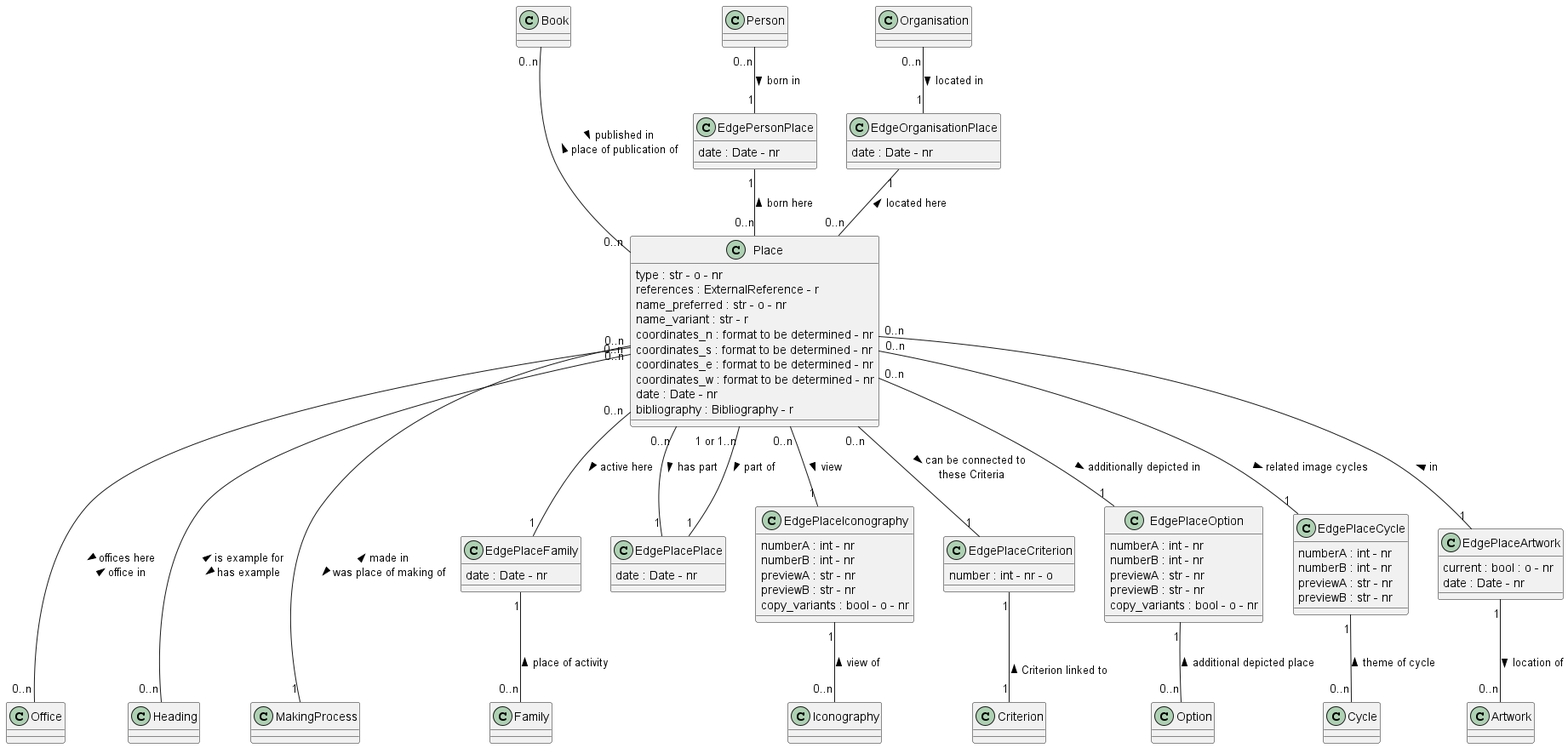
Before: documentation/class_diagrams/Place.png, a diagram exported from PlantUML (tmasch/bpf_be).
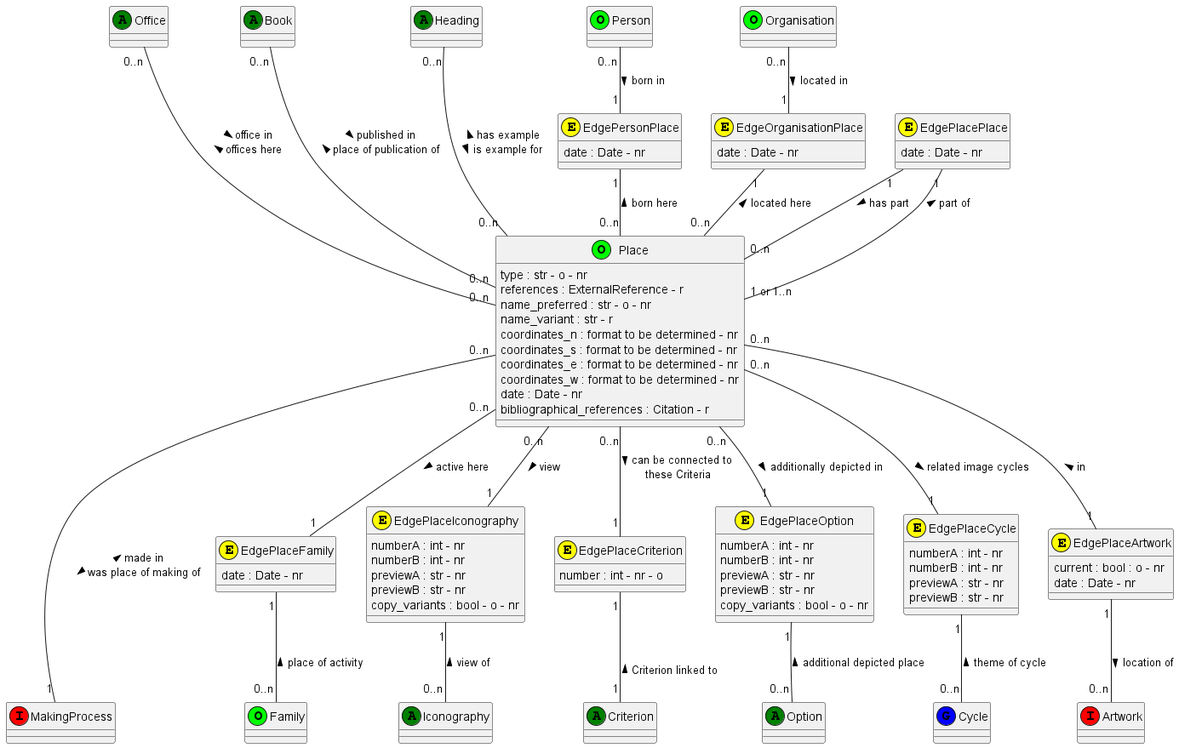
The same diagram one commit later.

The edit, as a diff of the source:
```diff
@@ -1,6 +1,6 @@
 @startuml Place
 
-class Place
+class Place <<(O,lime)>>
 Place : type : str - o - nr
 Place : references : ExternalReference - r
 Place : name_preferred : str - o - nr
@@ -10,71 +10,71 @@
 Place : coordinates_e : format to be determined - nr
 Place : coordinates_w : format to be determined - nr
 Place : date : Date - nr
-Place : bibliography : Bibliography - r
+Place : bibliographical_references : Citation - r
 
 
-class Person
+class Person <<(O,lime)>>
 
-class Family
+class Family <<(O,lime)>>
 
-class Office
+class Office <<(A,green)>>
 
-class Organisation
+class Organisation <<(O,lime)>>
 
-class Place
+class Place <<(O,lime)>>
 
-class Iconography
+class Iconography <<(A,green)>>
 
-class Option
+class Option <<(A,green)>>
 
-class Criterion
+class Criterion <<(A,green)>>
 
-class Cycle
+class Cycle <<(G,blue)>>
 
-class Book
+class Book <<(A,green)>>
 
-class Heading
+class Heading <<(A,green)>>
 
-class MakingProcess
+class MakingProcess <<(I,red)>>
 
-class Artwork
+class Artwork <<(I,red)>>
 
-class EdgePersonPlace
+class EdgePersonPlace <<(E,yellow)>>
 EdgePersonPlace : date : Date - nr
 
-class EdgePlaceFamily
+class EdgePlaceFamily <<(E,yellow)>>
 EdgePlaceFamily : date : Date - nr
 
-class EdgeOrganisationPlace
+class EdgeOrganisationPlace <<(E,yellow)>>
 EdgeOrganisationPlace : date : Date - nr
 
-class EdgePlacePlace
+class EdgePlacePlace <<(E,yellow)>>
 EdgePlacePlace : date : Date - nr
 
-class EdgePlaceIconography
+class EdgePlaceIconography <<(E,yellow)>>
 EdgePlaceIconography : numberA : int - nr
 EdgePlaceIconography : numberB : int - nr
 EdgePlaceIconography : previewA : str - nr
 EdgePlaceIconography : previewB : str - nr
 EdgePlaceIconography : copy_variants : bool - o - nr
 
-class EdgePlaceCriterion
+class EdgePlaceCriterion <<(E,yellow)>>
 EdgePlaceCriterion : number : int - nr - o
 
-class EdgePlaceOption
+class EdgePlaceOption <<(E,yellow)>>
 EdgePlaceOption : numberA : int - nr
 EdgePlaceOption : numberB : int - nr
 EdgePlaceOption : previewA : str - nr
 EdgePlaceOption : previewB : str - nr
 EdgePlaceOption : copy_variants : bool - o - nr
 
-class EdgePlaceCycle
+class EdgePlaceCycle <<(E,yellow)>>
 EdgePlaceCycle : numberA : int - nr
 EdgePlaceCycle : numberB : int - nr
 EdgePlaceCycle : previewA : str - nr
 EdgePlaceCycle : previewB : str - nr
 
-class EdgePlaceArtwork
+class EdgePlaceArtwork <<(E,yellow)>>
 EdgePlaceArtwork : current : bool : o - nr
 EdgePlaceArtwork : date : Date - nr
 
@@ -84,12 +84,12 @@
 Place "0..n" -- "1" EdgePlaceFamily: active here >
 EdgePlaceFamily "1" -- "0..n" Family : place of activity <
 
-Place "0..n" --- "0..n" Office : > offices here \n office in <
+Office "0..n" --- "0..n" Place : > office in \n offices here <
 
 Organisation "0..n" -- "1" EdgeOrganisationPlace : located in >
 EdgeOrganisationPlace "1" -- "0..n" Place : located here <
 
-Place "0..n" -- "1" EdgePlacePlace : has part >
+EdgePlacePlace "1" -- "0..n" Place : has part >
 EdgePlacePlace "1" -- "1 or 1..n" Place : part of <
 
 Place "0..n" -- "1" EdgePlaceIconography : view >
@@ -107,7 +107,7 @@
 
 Book "0..n" --- "0..n" Place : > published in  \n place of publication of <
 
-Place "0..n" --- "0..n" Heading : < is example for \n has example >
+Heading "0..n" --- "0..n" Place : < has example \n is example for >
 
 Place "0..n" --- "1" MakingProcess : < made in \n was place of making of >
 
```
